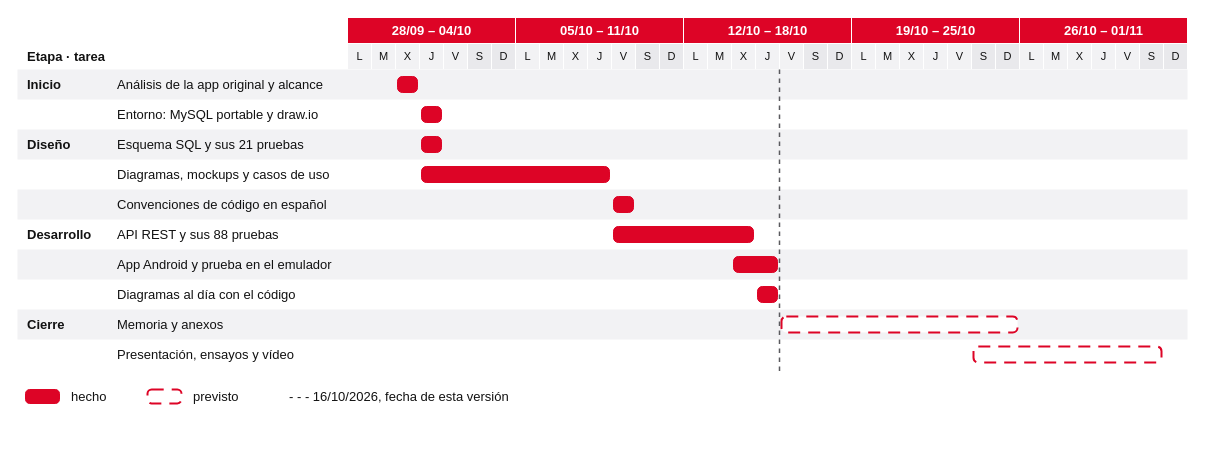
Earlier version of the draw.io diagram docs/diagramas/08-gantt.drawio (Jhonnatanospina/clandestino-tfg). Source tidied: cells renumbered, new cells numbered last; positions are measured from the earlier drawing's top-left corner, leaving out a move shared by most shapes. Both pictures are drawn from the tidied source at 100%, with x=0, y=0 at pixel (17, 17).
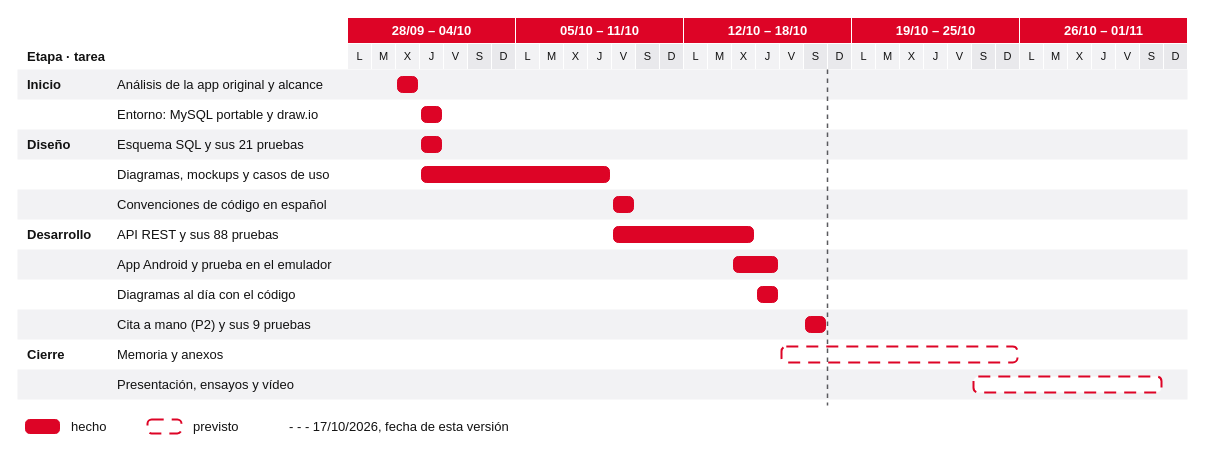
The same page after the edit.

Diff of the diagram source:
```diff
@@
-    <mxCell id="67" value="&lt;b&gt;Cierre&lt;/b&gt;" style="text;html=1;whiteSpace=wrap;fontFamily=Arial;fontColor=#121212;fontSize=13;align=left;verticalAlign=middle;spacingLeft=8;" parent="1" vertex="1">
-      <mxGeometry y="292" width="96" height="30" as="geometry" />
+    <mxCell id="67" value="Cita a mano (P2) y sus 9 pruebas" style="text;html=1;whiteSpace=wrap;fontFamily=Arial;fontColor=#121212;fontSize=13;align=left;verticalAlign=middle;spacingLeft=8;" parent="1" vertex="1">
+      <mxGeometry x="90" y="292" width="240" height="30" as="geometry" />
     </mxCell>
-    <mxCell id="68" value="Memoria y anexos" style="text;html=1;whiteSpace=wrap;fontFamily=Arial;fontColor=#121212;fontSize=13;align=left;verticalAlign=middle;spacingLeft=8;" parent="1" vertex="1">
-      <mxGeometry x="90" y="292" width="240" height="30" as="geometry" />
+    <mxCell id="68" style="rounded=1;arcSize=30;fillColor=#DD0426;strokeColor=#DD0426;" parent="1" vertex="1">
+      <mxGeometry x="788" y="299" width="20" height="16" as="geometry" />
     </mxCell>
-    <mxCell id="69" style="rounded=1;arcSize=30;fillColor=#FFFFFF;strokeColor=#DD0426;strokeWidth=2;dashed=1;dashPattern=6 4;" parent="1" vertex="1">
-      <mxGeometry x="764" y="299" width="236" height="16" as="geometry" />
+    <mxCell id="69" value="&lt;b&gt;Cierre&lt;/b&gt;" style="text;html=1;whiteSpace=wrap;fontFamily=Arial;fontColor=#121212;fontSize=13;align=left;verticalAlign=middle;spacingLeft=8;" parent="1" vertex="1">
+      <mxGeometry y="322" width="96" height="30" as="geometry" />
     </mxCell>
-    <mxCell id="70" value="Presentación, ensayos y vídeo" style="text;html=1;whiteSpace=wrap;fontFamily=Arial;fontColor=#121212;fontSize=13;align=left;verticalAlign=middle;spacingLeft=8;" parent="1" vertex="1">
+    <mxCell id="70" value="Memoria y anexos" style="text;html=1;whiteSpace=wrap;fontFamily=Arial;fontColor=#121212;fontSize=13;align=left;verticalAlign=middle;spacingLeft=8;" parent="1" vertex="1">
       <mxGeometry x="90" y="322" width="240" height="30" as="geometry" />
     </mxCell>
     <mxCell id="71" style="rounded=1;arcSize=30;fillColor=#FFFFFF;strokeColor=#DD0426;strokeWidth=2;dashed=1;dashPattern=6 4;" parent="1" vertex="1">
-      <mxGeometry x="956" y="329" width="188" height="16" as="geometry" />
+      <mxGeometry x="764" y="329" width="236" height="16" as="geometry" />
     </mxCell>
-    <mxCell id="72" style="endArrow=none;html=1;strokeColor=#5A5A5E;strokeWidth=1.5;dashed=1;" parent="1" edge="1">
-      <mxGeometry relative="1" as="geometry">
-        <mxPoint x="762" y="52" as="sourcePoint" />
-        <mxPoint x="762" y="358" as="targetPoint" />
-      </mxGeometry>
-    </mxCell>
+    <mxCell id="78" style="rounded=0;fillColor=#F2F2F4;strokeColor=none;" parent="1" vertex="1">
+      <mxGeometry y="352" width="1170" height="30" as="geometry" />
+    </mxCell>
-    <mxCell id="73" style="rounded=1;arcSize=30;fillColor=#DD0426;strokeColor=#DD0426;" parent="1" vertex="1">
-      <mxGeometry x="8" y="372" width="34" height="14" as="geometry" />
+    <mxCell id="73" value="Presentación, ensayos y vídeo" style="text;html=1;whiteSpace=wrap;fontFamily=Arial;fontColor=#121212;fontSize=13;align=left;verticalAlign=middle;spacingLeft=8;" parent="1" vertex="1">
+      <mxGeometry x="90" y="352" width="240" height="30" as="geometry" />
     </mxCell>
-    <mxCell id="74" value="hecho" style="text;html=1;whiteSpace=wrap;fontFamily=Arial;fontColor=#121212;fontSize=13;align=left;verticalAlign=middle;spacingLeft=8;" parent="1" vertex="1">
-      <mxGeometry x="44" y="366" width="80" height="26" as="geometry" />
+    <mxCell id="74" style="rounded=1;arcSize=30;fillColor=#FFFFFF;strokeColor=#DD0426;strokeWidth=2;dashed=1;dashPattern=6 4;" parent="1" vertex="1">
+      <mxGeometry x="956" y="359" width="188" height="16" as="geometry" />
     </mxCell>
-    <mxCell id="75" style="rounded=1;arcSize=30;fillColor=#FFFFFF;strokeColor=#DD0426;strokeWidth=2;dashed=1;dashPattern=6 4;" parent="1" vertex="1">
-      <mxGeometry x="130" y="372" width="34" height="14" as="geometry" />
-    </mxCell>
+    <mxCell id="79" style="endArrow=none;html=1;strokeColor=#5A5A5E;strokeWidth=1.5;dashed=1;" parent="1" edge="1">
+      <mxGeometry relative="1" as="geometry">
+        <mxPoint x="810" y="52" as="sourcePoint" />
+        <mxPoint x="810" y="388" as="targetPoint" />
+      </mxGeometry>
+    </mxCell>
-    <mxCell id="76" value="previsto" style="text;html=1;whiteSpace=wrap;fontFamily=Arial;fontColor=#121212;fontSize=13;align=left;verticalAlign=middle;spacingLeft=8;" parent="1" vertex="1">
-      <mxGeometry x="166" y="366" width="90" height="26" as="geometry" />
+    <mxCell id="76" style="rounded=1;arcSize=30;fillColor=#DD0426;strokeColor=#DD0426;" parent="1" vertex="1">
+      <mxGeometry x="8" y="402" width="34" height="14" as="geometry" />
     </mxCell>
-    <mxCell id="77" value="- - -  16/10/2026, fecha de esta versión" style="text;html=1;whiteSpace=wrap;fontFamily=Arial;fontColor=#121212;fontSize=13;align=left;verticalAlign=middle;spacingLeft=8;" parent="1" vertex="1">
-      <mxGeometry x="262" y="366" width="330" height="26" as="geometry" />
+    <mxCell id="77" value="hecho" style="text;html=1;whiteSpace=wrap;fontFamily=Arial;fontColor=#121212;fontSize=13;align=left;verticalAlign=middle;spacingLeft=8;" parent="1" vertex="1">
+      <mxGeometry x="44" y="396" width="80" height="26" as="geometry" />
     </mxCell>
+    <mxCell id="80" style="rounded=1;arcSize=30;fillColor=#FFFFFF;strokeColor=#DD0426;strokeWidth=2;dashed=1;dashPattern=6 4;" parent="1" vertex="1">
+      <mxGeometry x="130" y="402" width="34" height="14" as="geometry" />
+    </mxCell>
+    <mxCell id="81" value="previsto" style="text;html=1;whiteSpace=wrap;fontFamily=Arial;fontColor=#121212;fontSize=13;align=left;verticalAlign=middle;spacingLeft=8;" parent="1" vertex="1">
+      <mxGeometry x="166" y="396" width="90" height="26" as="geometry" />
+    </mxCell>
+    <mxCell id="82" value="- - -  17/10/2026, fecha de esta versión" style="text;html=1;whiteSpace=wrap;fontFamily=Arial;fontColor=#121212;fontSize=13;align=left;verticalAlign=middle;spacingLeft=8;" parent="1" vertex="1">
+      <mxGeometry x="262" y="396" width="330" height="26" as="geometry" />
+    </mxCell>
```
